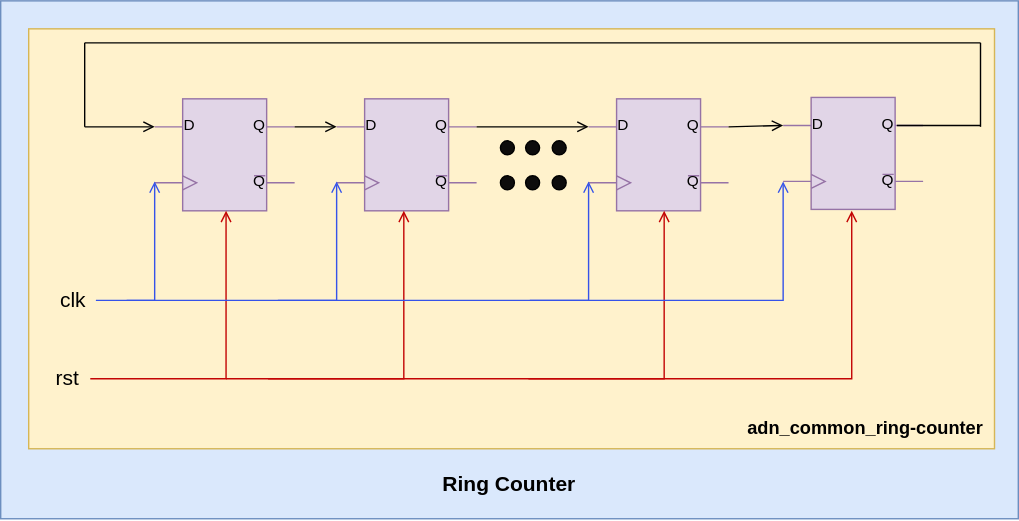
This is document/source/adn_common_ring_counter_des.svg from ADN-VLSI/adn_common, a draw.io export, as it was before one commit. Source tidied: cells renumbered, new cells last; positions are measured from the earlier drawing's top-left corner, leaving out a move shared by most shapes.
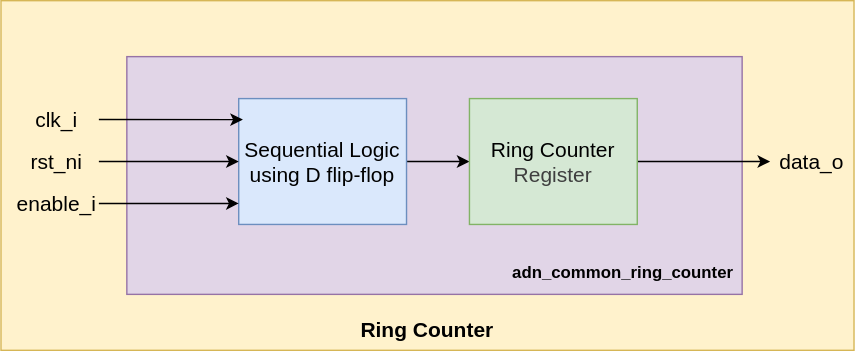
Above is the later version.

Commit message:
ring counter design revised

Diff of the diagram source:
```diff
@@ -2,167 +2,52 @@
   <root>
     <mxCell id="0" />
     <mxCell id="1" parent="0" />
-    <mxCell id="2" style="rounded=0;whiteSpace=wrap;html=1;fillColor=#dae8fc;strokeColor=#6c8ebf;" parent="1" vertex="1">
-      <mxGeometry width="727" height="370" as="geometry" />
-    </mxCell>
-    <mxCell id="3" style="rounded=0;whiteSpace=wrap;html=1;fillColor=#fff2cc;strokeColor=#d6b656;" parent="1" vertex="1">
-      <mxGeometry x="20" y="20" width="690" height="300" as="geometry" />
-    </mxCell>
-    <mxCell id="4" style="verticalLabelPosition=bottom;shadow=0;dashed=0;align=center;html=1;verticalAlign=top;shape=mxgraph.electrical.logic_gates.d_type_flip-flop;fillColor=#e1d5e7;strokeColor=#9673a6;" parent="1" vertex="1">
-      <mxGeometry x="110" y="70" width="100" height="80" as="geometry" />
-    </mxCell>
-    <mxCell id="5" style="verticalLabelPosition=bottom;shadow=0;dashed=0;align=center;html=1;verticalAlign=top;shape=mxgraph.electrical.logic_gates.d_type_flip-flop;fillColor=#e1d5e7;strokeColor=#9673a6;" parent="1" vertex="1">
-      <mxGeometry x="240" y="70" width="100" height="80" as="geometry" />
-    </mxCell>
-    <mxCell id="6" style="verticalLabelPosition=bottom;shadow=0;dashed=0;align=center;html=1;verticalAlign=top;shape=mxgraph.electrical.logic_gates.d_type_flip-flop;fillColor=#e1d5e7;strokeColor=#9673a6;" parent="1" vertex="1">
-      <mxGeometry x="420" y="70" width="100" height="80" as="geometry" />
-    </mxCell>
-    <mxCell id="7" style="verticalLabelPosition=bottom;shadow=0;dashed=0;align=center;html=1;verticalAlign=top;shape=mxgraph.electrical.logic_gates.d_type_flip-flop;fillColor=#e1d5e7;strokeColor=#9673a6;" parent="1" vertex="1">
-      <mxGeometry x="559" y="69" width="100" height="80" as="geometry" />
-    </mxCell>
-    <mxCell id="8" value="&lt;span style=&quot;font-size: 15px;&quot;&gt;rst&lt;/span&gt;" style="text;whiteSpace=wrap;html=1;align=center;" parent="1" vertex="1">
-      <mxGeometry x="23" y="254" width="50" height="40" as="geometry" />
-    </mxCell>
-    <mxCell id="9" style="ellipse;whiteSpace=wrap;html=1;fillColor=light-dark(#0d0c0c, #ededed);" parent="1" vertex="1">
-      <mxGeometry x="375" y="125" width="10" height="10" as="geometry" />
-    </mxCell>
-    <mxCell id="10" style="ellipse;whiteSpace=wrap;html=1;fillColor=light-dark(#0d0c0c, #ededed);" parent="1" vertex="1">
-      <mxGeometry x="394" y="125" width="10" height="10" as="geometry" />
-    </mxCell>
-    <mxCell id="11" style="ellipse;whiteSpace=wrap;html=1;fillColor=light-dark(#0d0c0c, #ededed);" parent="1" vertex="1">
-      <mxGeometry x="357" y="125" width="10" height="10" as="geometry" />
-    </mxCell>
-    <mxCell id="12" style="ellipse;whiteSpace=wrap;html=1;fillColor=light-dark(#0d0c0c, #ededed);" parent="1" vertex="1">
-      <mxGeometry x="375" y="100" width="10" height="10" as="geometry" />
-    </mxCell>
-    <mxCell id="13" style="ellipse;whiteSpace=wrap;html=1;fillColor=light-dark(#0d0c0c, #ededed);" parent="1" vertex="1">
-      <mxGeometry x="394" y="100" width="10" height="10" as="geometry" />
-    </mxCell>
-    <mxCell id="14" style="ellipse;whiteSpace=wrap;html=1;fillColor=light-dark(#0d0c0c, #ededed);" parent="1" vertex="1">
-      <mxGeometry x="357" y="100" width="10" height="10" as="geometry" />
-    </mxCell>
-    <mxCell id="15" style="edgeStyle=none;html=1;exitX=1;exitY=0.5;exitDx=0;exitDy=0;rounded=0;curved=0;endArrow=open;endFill=0;strokeColor=light-dark(#c30404, #ededed);" parent="1" edge="1">
-      <mxGeometry relative="1" as="geometry">
-        <mxPoint x="64" y="270" as="sourcePoint" />
-        <mxPoint x="161" y="150" as="targetPoint" />
-        <Array as="points">
-          <mxPoint x="161" y="270" />
-        </Array>
-      </mxGeometry>
-    </mxCell>
-    <mxCell id="16" style="edgeStyle=none;html=1;exitX=1;exitY=0.5;exitDx=0;exitDy=0;rounded=0;curved=0;endArrow=open;endFill=0;strokeColor=light-dark(#c30404, #ededed);" parent="1" edge="1">
-      <mxGeometry relative="1" as="geometry">
-        <mxPoint x="191" y="270" as="sourcePoint" />
-        <mxPoint x="288" y="150" as="targetPoint" />
-        <Array as="points">
-          <mxPoint x="288" y="270" />
-        </Array>
-      </mxGeometry>
-    </mxCell>
-    <mxCell id="17" style="edgeStyle=none;html=1;exitX=1;exitY=0.5;exitDx=0;exitDy=0;rounded=0;curved=0;endArrow=open;endFill=0;strokeColor=light-dark(#c30404, #ededed);" parent="1" edge="1">
-      <mxGeometry relative="1" as="geometry">
-        <mxPoint x="377" y="270" as="sourcePoint" />
-        <mxPoint x="474" y="150" as="targetPoint" />
-        <Array as="points">
-          <mxPoint x="474" y="270" />
-        </Array>
-      </mxGeometry>
-    </mxCell>
-    <mxCell id="18" style="edgeStyle=none;html=1;rounded=0;curved=0;endArrow=open;endFill=0;strokeColor=light-dark(#c30404, #ededed);" parent="1" edge="1">
-      <mxGeometry relative="1" as="geometry">
-        <mxPoint x="161" y="270" as="sourcePoint" />
-        <mxPoint x="608" y="150" as="targetPoint" />
-        <Array as="points">
-          <mxPoint x="608" y="270" />
-        </Array>
-      </mxGeometry>
-    </mxCell>
-    <mxCell id="19" style="edgeStyle=none;html=1;exitX=1;exitY=0.5;exitDx=0;exitDy=0;entryX=0;entryY=0.75;entryDx=0;entryDy=0;entryPerimeter=0;rounded=0;curved=0;endArrow=open;endFill=0;strokeColor=light-dark(#3553e9, #005d00);" parent="1" edge="1">
-      <mxGeometry relative="1" as="geometry">
-        <mxPoint x="198" y="214" as="sourcePoint" />
-        <mxPoint x="240" y="129" as="targetPoint" />
-        <Array as="points">
-          <mxPoint x="240" y="214" />
-        </Array>
-      </mxGeometry>
-    </mxCell>
-    <mxCell id="20" style="edgeStyle=none;html=1;exitX=1;exitY=0.5;exitDx=0;exitDy=0;entryX=0;entryY=0.75;entryDx=0;entryDy=0;entryPerimeter=0;rounded=0;curved=0;endArrow=open;endFill=0;strokeColor=light-dark(#3553e9, #005d00);" parent="1" edge="1">
-      <mxGeometry relative="1" as="geometry">
-        <mxPoint x="378" y="214" as="sourcePoint" />
-        <mxPoint x="420" y="129" as="targetPoint" />
-        <Array as="points">
-          <mxPoint x="420" y="214" />
-        </Array>
-      </mxGeometry>
-    </mxCell>
-    <mxCell id="21" value="&lt;font style=&quot;font-size: 15px;&quot;&gt;clk&lt;/font&gt;" style="text;html=1;align=center;verticalAlign=middle;whiteSpace=wrap;rounded=0;" parent="1" vertex="1">
-      <mxGeometry x="22" y="198" width="60" height="30" as="geometry" />
-    </mxCell>
-    <mxCell id="22" style="edgeStyle=none;html=1;exitX=1;exitY=0.5;exitDx=0;exitDy=0;entryX=0;entryY=0.75;entryDx=0;entryDy=0;entryPerimeter=0;rounded=0;curved=0;endArrow=open;endFill=0;strokeColor=light-dark(#3553e9, #005d00);" parent="1" edge="1">
-      <mxGeometry relative="1" as="geometry">
-        <mxPoint x="68" y="214" as="sourcePoint" />
-        <mxPoint x="110" y="129" as="targetPoint" />
-        <Array as="points">
-          <mxPoint x="110" y="214" />
-        </Array>
-      </mxGeometry>
-    </mxCell>
-    <mxCell id="23" style="edgeStyle=none;html=1;entryX=0;entryY=0.75;entryDx=0;entryDy=0;entryPerimeter=0;rounded=0;curved=0;endArrow=open;endFill=0;strokeColor=light-dark(#3553e9, #005d00);" parent="1" edge="1">
-      <mxGeometry relative="1" as="geometry">
-        <mxPoint x="90" y="214" as="sourcePoint" />
-        <mxPoint x="559" y="129" as="targetPoint" />
-        <Array as="points">
-          <mxPoint x="559" y="214" />
-        </Array>
-      </mxGeometry>
-    </mxCell>
-    <mxCell id="24" style="edgeStyle=none;html=1;exitX=1;exitY=0.25;exitDx=0;exitDy=0;exitPerimeter=0;entryX=0;entryY=0.25;entryDx=0;entryDy=0;entryPerimeter=0;endArrow=open;endFill=0;" parent="1" edge="1" source="4" target="5">
-      <mxGeometry relative="1" as="geometry" />
-    </mxCell>
-    <mxCell id="25" style="edgeStyle=none;html=1;exitX=1;exitY=0.25;exitDx=0;exitDy=0;exitPerimeter=0;entryX=0;entryY=0.25;entryDx=0;entryDy=0;entryPerimeter=0;endArrow=open;endFill=0;" parent="1" edge="1">
-      <mxGeometry relative="1" as="geometry">
-        <mxPoint x="340" y="90" as="sourcePoint" />
-        <mxPoint x="420" y="90" as="targetPoint" />
-      </mxGeometry>
-    </mxCell>
-    <mxCell id="26" style="edgeStyle=none;html=1;exitX=1;exitY=0.25;exitDx=0;exitDy=0;exitPerimeter=0;entryX=0;entryY=0.25;entryDx=0;entryDy=0;entryPerimeter=0;endArrow=open;endFill=0;" parent="1" edge="1" target="7">
-      <mxGeometry relative="1" as="geometry">
-        <mxPoint x="520" y="90" as="sourcePoint" />
-      </mxGeometry>
-    </mxCell>
-    <mxCell id="27" style="endArrow=none;html=1;exitX=0.813;exitY=0.25;exitDx=0;exitDy=0;exitPerimeter=0;" parent="1" edge="1" source="7">
-      <mxGeometry relative="1" as="geometry">
-        <mxPoint x="700" y="89" as="targetPoint" />
-      </mxGeometry>
-    </mxCell>
-    <mxCell id="28" style="endArrow=none;html=1;" parent="1" edge="1">
-      <mxGeometry relative="1" as="geometry">
-        <mxPoint x="700" y="30" as="sourcePoint" />
-        <mxPoint x="700" y="90" as="targetPoint" />
-      </mxGeometry>
-    </mxCell>
-    <mxCell id="29" style="endArrow=none;html=1;" parent="1" edge="1">
-      <mxGeometry relative="1" as="geometry">
-        <mxPoint x="60" y="30" as="sourcePoint" />
-        <mxPoint x="700" y="30" as="targetPoint" />
-      </mxGeometry>
-    </mxCell>
-    <mxCell id="30" style="endArrow=none;html=1;" parent="1" edge="1">
-      <mxGeometry relative="1" as="geometry">
-        <mxPoint x="60" y="30" as="sourcePoint" />
-        <mxPoint x="60" y="90" as="targetPoint" />
-      </mxGeometry>
-    </mxCell>
-    <mxCell id="31" style="endArrow=open;html=1;entryX=0;entryY=0.25;entryDx=0;entryDy=0;entryPerimeter=0;endFill=0;" parent="1" edge="1" target="4">
-      <mxGeometry relative="1" as="geometry">
-        <mxPoint x="60" y="90" as="sourcePoint" />
-      </mxGeometry>
-    </mxCell>
+    <mxCell id="34" style="rounded=0;whiteSpace=wrap;html=1;fillColor=#fff2cc;strokeColor=#d6b656;" parent="1" vertex="1">
+      <mxGeometry x="30" y="80" width="610" height="250" as="geometry" />
+    </mxCell>
+    <mxCell id="35" style="rounded=0;whiteSpace=wrap;html=1;fillColor=#e1d5e7;strokeColor=#9673a6;" parent="1" vertex="1">
+      <mxGeometry x="120" y="120" width="440" height="170" as="geometry" />
+    </mxCell>
+    <mxCell id="36" style="edgeStyle=none;html=1;exitX=1;exitY=0.5;exitDx=0;exitDy=0;entryX=0;entryY=0.5;entryDx=0;entryDy=0;" parent="1" edge="1" source="33" target="38">
+      <mxGeometry relative="1" as="geometry" />
+    </mxCell>
+    <mxCell id="33" value="&lt;font style=&quot;font-size: 15px;&quot;&gt;Sequential Logic&lt;/font&gt;&lt;div&gt;&lt;font style=&quot;font-size: 15px;&quot;&gt;using D flip-flop&lt;/font&gt;&lt;/div&gt;" style="rounded=0;whiteSpace=wrap;html=1;fillColor=#dae8fc;strokeColor=#6c8ebf;" parent="1" vertex="1">
+      <mxGeometry x="200" y="150" width="120" height="90" as="geometry" />
+    </mxCell>
+    <mxCell id="37" style="edgeStyle=none;html=1;exitX=1;exitY=0.5;exitDx=0;exitDy=0;" parent="1" edge="1" source="38">
+      <mxGeometry relative="1" as="geometry">
+        <mxPoint x="580" y="195" as="targetPoint" />
+      </mxGeometry>
+    </mxCell>
+    <mxCell id="38" value="&lt;font style=&quot;font-size: 15px;&quot;&gt;Ring Counter&amp;nbsp;&lt;/font&gt;&lt;div&gt;&lt;span style=&quot;color: rgb(63, 63, 63); font-size: 15px; background-color: transparent;&quot;&gt;Register&lt;/span&gt;&lt;/div&gt;" style="rounded=0;whiteSpace=wrap;html=1;fillColor=#d5e8d4;strokeColor=#82b366;" parent="1" vertex="1">
+      <mxGeometry x="365" y="150" width="120" height="90" as="geometry" />
+    </mxCell>
+    <mxCell id="39" value="&lt;font style=&quot;font-size: 15px;&quot;&gt;clk_i&lt;/font&gt;" style="text;html=1;align=center;verticalAlign=middle;whiteSpace=wrap;rounded=0;" parent="1" vertex="1">
+      <mxGeometry x="40" y="150" width="60" height="30" as="geometry" />
+    </mxCell>
+    <mxCell id="40" style="edgeStyle=none;html=1;exitX=1;exitY=0.5;exitDx=0;exitDy=0;entryX=0;entryY=0.5;entryDx=0;entryDy=0;" parent="1" edge="1" source="41" target="33">
+      <mxGeometry relative="1" as="geometry" />
+    </mxCell>
+    <mxCell id="41" value="&lt;font style=&quot;font-size: 15px;&quot;&gt;rst_ni&lt;/font&gt;" style="text;html=1;align=center;verticalAlign=middle;whiteSpace=wrap;rounded=0;" parent="1" vertex="1">
+      <mxGeometry x="40" y="180" width="60" height="30" as="geometry" />
+    </mxCell>
+    <mxCell id="42" value="&lt;font style=&quot;font-size: 15px;&quot;&gt;enable_i&lt;/font&gt;" style="text;html=1;align=center;verticalAlign=middle;whiteSpace=wrap;rounded=0;" parent="1" vertex="1">
+      <mxGeometry x="40" y="210" width="60" height="30" as="geometry" />
+    </mxCell>
+    <mxCell id="43" style="edgeStyle=none;html=1;exitX=1;exitY=0.5;exitDx=0;exitDy=0;entryX=0.025;entryY=0.167;entryDx=0;entryDy=0;entryPerimeter=0;" parent="1" edge="1" source="39" target="33">
+      <mxGeometry relative="1" as="geometry" />
+    </mxCell>
+    <mxCell id="44" style="edgeStyle=none;html=1;exitX=1;exitY=0.5;exitDx=0;exitDy=0;entryX=0;entryY=0.833;entryDx=0;entryDy=0;entryPerimeter=0;" parent="1" edge="1" source="42" target="33">
+      <mxGeometry relative="1" as="geometry" />
+    </mxCell>
+    <mxCell id="45" value="&lt;font style=&quot;font-size: 15px;&quot;&gt;data_o&lt;/font&gt;" style="text;html=1;align=center;verticalAlign=middle;whiteSpace=wrap;rounded=0;" parent="1" vertex="1">
+      <mxGeometry x="580" y="180" width="60" height="30" as="geometry" />
+    </mxCell>
     <mxCell id="32" value="&lt;font style=&quot;font-size: 15px;&quot;&gt;&lt;b&gt;Ring Counter&lt;/b&gt;&lt;/font&gt;" style="text;html=1;align=center;verticalAlign=middle;whiteSpace=wrap;rounded=0;" parent="1" vertex="1">
-      <mxGeometry x="296" y="330" width="135" height="30" as="geometry" />
+      <mxGeometry x="275" y="300" width="120" height="30" as="geometry" />
     </mxCell>
-    <mxCell id="33" value="&lt;b&gt;&lt;font style=&quot;font-size: 13px;&quot;&gt;adn_common_ring-counter&lt;/font&gt;&lt;/b&gt;" style="text;html=1;align=center;verticalAlign=middle;whiteSpace=wrap;rounded=0;" parent="1" vertex="1">
-      <mxGeometry x="518" y="290" width="200" height="30" as="geometry" />
-    </mxCell>
+    <mxCell id="46" value="&lt;b&gt;adn_common_ring_counter&lt;/b&gt;" style="text;html=1;align=center;verticalAlign=middle;whiteSpace=wrap;rounded=0;" parent="1" vertex="1">
+      <mxGeometry x="390" y="260" width="170" height="30" as="geometry" />
+    </mxCell>
   </root>
 </mxGraphModel>
```
